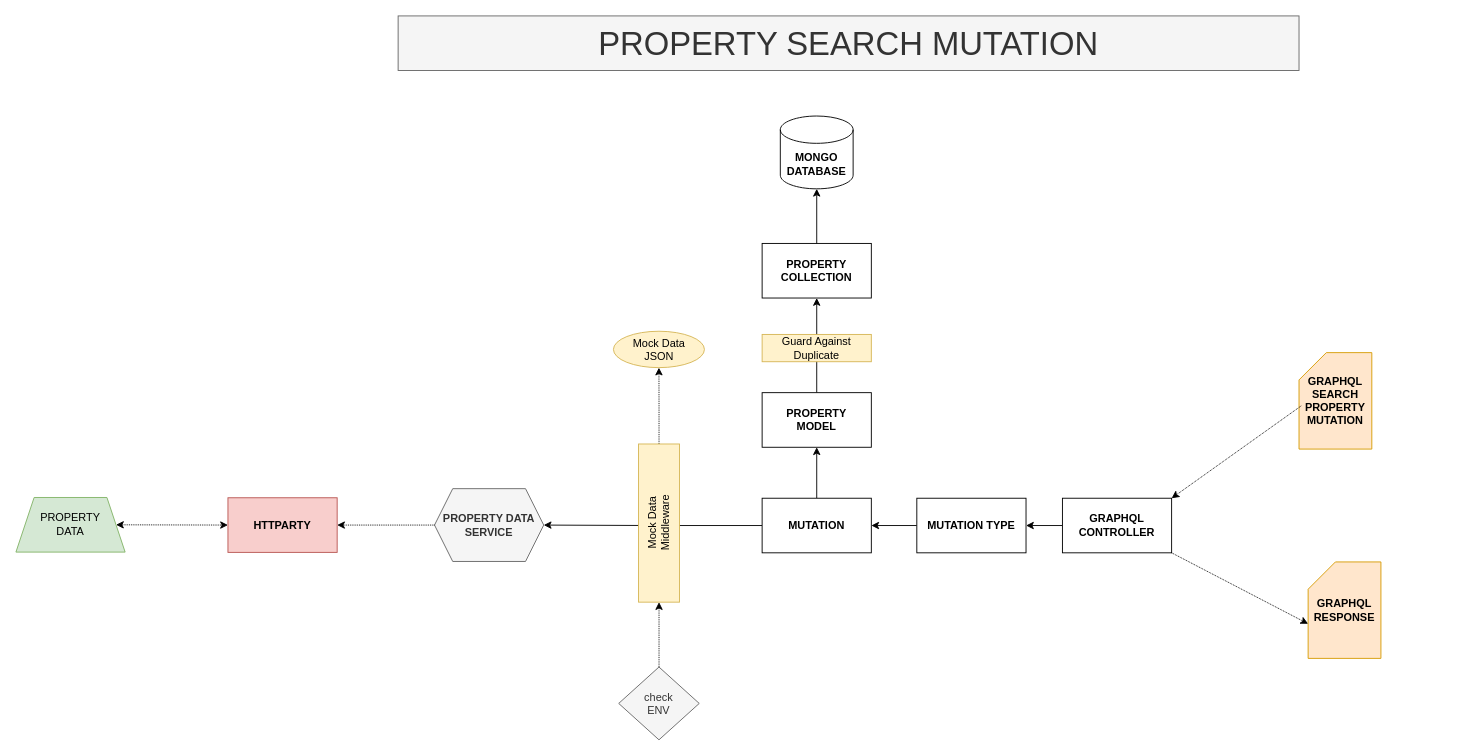
Above: page "Property Search Mock" (2 of 4) of devops/property-dealer.drawio in kingsley-ijomah/draw.io (draw.io), before the change. Source tidied: cells renumbered, new cells numbered last; positions are measured from the earlier drawing's top-left corner, leaving out a move shared by most shapes. Both pictures are drawn from the tidied source at 91%, with x=0, y=0 at pixel (15, 15).
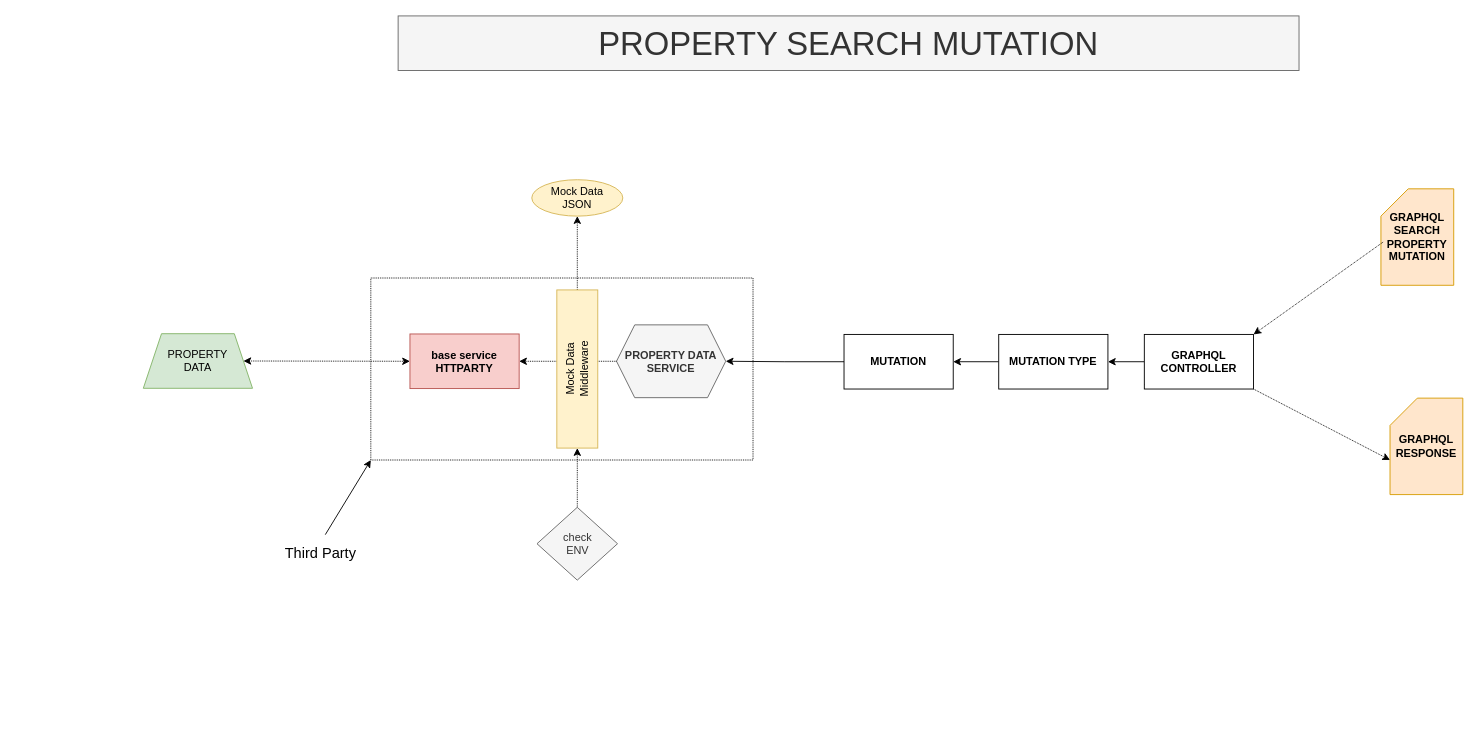
After the change.

Change to the diagram source:
```diff
@@
     <mxCell id="2" value="PROPERTY&lt;div&gt;DATA&lt;/div&gt;" style="shape=trapezoid;perimeter=trapezoidPerimeter;whiteSpace=wrap;html=1;fixedSize=1;fillColor=#d5e8d4;strokeColor=#82b366;" parent="1" vertex="1">
-      <mxGeometry y="529.2" width="120" height="60" as="geometry" />
+      <mxGeometry x="140" y="349.2" width="120" height="60" as="geometry" />
     </mxCell>
-    <mxCell id="3" value="&lt;b&gt;HTTPARTY&lt;/b&gt;" style="rounded=0;whiteSpace=wrap;html=1;fillColor=#f8cecc;strokeColor=#b85450;" parent="1" vertex="1">
-      <mxGeometry x="233" y="529.5" width="120" height="60" as="geometry" />
+    <mxCell id="3" value="&lt;div&gt;&lt;b&gt;base service&lt;/b&gt;&lt;/div&gt;&lt;b&gt;HTTPARTY&lt;/b&gt;" style="rounded=0;whiteSpace=wrap;html=1;fillColor=#f8cecc;strokeColor=#b85450;" parent="1" vertex="1">
+      <mxGeometry x="433" y="349.5" width="120" height="60" as="geometry" />
     </mxCell>
     <mxCell id="4" value="&lt;b&gt;PROPERTY DATA&lt;/b&gt;&lt;div&gt;&lt;b&gt;SERVICE&lt;/b&gt;&lt;/div&gt;" style="shape=hexagon;perimeter=hexagonPerimeter2;whiteSpace=wrap;html=1;fixedSize=1;fillColor=#f5f5f5;fontColor=#333333;strokeColor=#666666;" parent="1" vertex="1">
-      <mxGeometry x="460" y="519.5" width="120" height="80" as="geometry" />
+      <mxGeometry x="660" y="339.5" width="120" height="80" as="geometry" />
     </mxCell>
@@
     <mxCell id="7" value="Mock Data&lt;div&gt;JSON&lt;/div&gt;" style="ellipse;whiteSpace=wrap;html=1;align=center;newEdgeStyle={&quot;edgeStyle&quot;:&quot;entityRelationEdgeStyle&quot;,&quot;startArrow&quot;:&quot;none&quot;,&quot;endArrow&quot;:&quot;none&quot;,&quot;segment&quot;:10,&quot;curved&quot;:1,&quot;sourcePerimeterSpacing&quot;:0,&quot;targetPerimeterSpacing&quot;:0};fillColor=#fff2cc;strokeColor=#d6b656;" parent="1" vertex="1">
-      <mxGeometry x="656.6" y="346.5" width="100" height="40" as="geometry" />
+      <mxGeometry x="566.9" y="180" width="100" height="40" as="geometry" />
     </mxCell>
@@
     <mxCell id="9" value="check&lt;div&gt;ENV&lt;/div&gt;" style="rhombus;whiteSpace=wrap;html=1;fillColor=#f5f5f5;strokeColor=#666666;fontColor=#333333;" parent="1" vertex="1">
-      <mxGeometry x="662.4" y="715.5" width="88.5" height="80" as="geometry" />
+      <mxGeometry x="572.6" y="540" width="88.5" height="80" as="geometry" />
     </mxCell>
@@
     <mxCell id="11" value="&lt;b&gt;GRAPHQL&lt;/b&gt;&lt;div&gt;&lt;b&gt;SEARCH PROPERTY&lt;/b&gt;&lt;/div&gt;&lt;div&gt;&lt;b&gt;MUTATION&lt;/b&gt;&lt;/div&gt;" style="shape=card;whiteSpace=wrap;html=1;fillColor=#ffe6cc;strokeColor=#d79b00;" parent="1" vertex="1">
-      <mxGeometry x="1410" y="370" width="80" height="106" as="geometry" />
+      <mxGeometry x="1500" y="190" width="80" height="106" as="geometry" />
     </mxCell>
     <mxCell id="12" style="endArrow=classic;html=1;rounded=0;exitX=0;exitY=0;exitDx=0;exitDy=55;exitPerimeter=0;dashed=1;dashPattern=1 1;" parent="1" edge="1" source="15">
       <mxGeometry relative="1" as="geometry">
-        <mxPoint x="1210" y="560" as="targetPoint" />
+        <mxPoint x="1300" y="380" as="targetPoint" />
       </mxGeometry>
     </mxCell>
@@
     <mxCell id="15" value="&lt;div&gt;&lt;b&gt;GRAPHQL&lt;/b&gt;&lt;/div&gt;&lt;b&gt;CONTROLLER&lt;/b&gt;" style="rounded=0;whiteSpace=wrap;html=1;" parent="1" vertex="1">
-      <mxGeometry x="1150" y="530" width="120" height="60" as="geometry" />
+      <mxGeometry x="1240" y="350" width="120" height="60" as="geometry" />
     </mxCell>
     <mxCell id="16" value="&lt;b&gt;GRAPHQL&lt;/b&gt;&lt;div&gt;&lt;b&gt;RESPONSE&lt;/b&gt;&lt;/div&gt;" style="shape=card;whiteSpace=wrap;html=1;fillColor=#ffe6cc;strokeColor=#d79b00;" parent="1" vertex="1">
-      <mxGeometry x="1420" y="600" width="80" height="106" as="geometry" />
+      <mxGeometry x="1510" y="420" width="80" height="106" as="geometry" />
     </mxCell>
@@
     <mxCell id="19" value="&lt;div&gt;&lt;b style=&quot;background-color: initial;&quot;&gt;MUTATION TYPE&lt;/b&gt;&lt;br&gt;&lt;/div&gt;" style="rounded=0;whiteSpace=wrap;html=1;" parent="1" vertex="1">
-      <mxGeometry x="990" y="530" width="120" height="60" as="geometry" />
+      <mxGeometry x="1080" y="350" width="120" height="60" as="geometry" />
     </mxCell>
@@
-    <mxCell id="21" style="edgeStyle=orthogonalEdgeStyle;rounded=0;jettySize=auto;html=1;entryX=0.5;entryY=1;entryDx=0;entryDy=0;" parent="1" edge="1" source="22" target="24">
-      <mxGeometry relative="1" as="geometry" />
-    </mxCell>
     <mxCell id="22" value="&lt;div&gt;&lt;b style=&quot;background-color: initial;&quot;&gt;MUTATION&lt;/b&gt;&lt;br&gt;&lt;/div&gt;" style="rounded=0;whiteSpace=wrap;html=1;" parent="1" vertex="1">
-      <mxGeometry x="820" y="530" width="120" height="60" as="geometry" />
+      <mxGeometry x="910" y="350" width="120" height="60" as="geometry" />
     </mxCell>
-    <mxCell id="23" style="edgeStyle=orthogonalEdgeStyle;rounded=0;jettySize=auto;html=1;entryX=0.5;entryY=1;entryDx=0;entryDy=0;" parent="1" edge="1" source="24" target="25">
-      <mxGeometry relative="1" as="geometry" />
-    </mxCell>
-    <mxCell id="24" value="&lt;div&gt;&lt;b&gt;PROPERTY&lt;/b&gt;&lt;/div&gt;&lt;div&gt;&lt;b&gt;MODEL&lt;/b&gt;&lt;/div&gt;" style="rounded=0;whiteSpace=wrap;html=1;" parent="1" vertex="1">
-      <mxGeometry x="820" y="414" width="120" height="60" as="geometry" />
-    </mxCell>
-    <mxCell id="25" value="&lt;div&gt;&lt;b&gt;PROPERTY&lt;/b&gt;&lt;/div&gt;&lt;div&gt;&lt;b&gt;COLLECTION&lt;/b&gt;&lt;/div&gt;" style="rounded=0;whiteSpace=wrap;html=1;" parent="1" vertex="1">
-      <mxGeometry x="820" y="250" width="120" height="60" as="geometry" />
-    </mxCell>
-    <mxCell id="26" value="&lt;b&gt;MONGO&lt;/b&gt;&lt;div&gt;&lt;b&gt;DATABASE&lt;/b&gt;&lt;/div&gt;" style="shape=cylinder3;whiteSpace=wrap;html=1;boundedLbl=1;backgroundOutline=1;size=15;" parent="1" vertex="1">
-      <mxGeometry x="840" y="110" width="80" height="80" as="geometry" />
-    </mxCell>
     <mxCell id="27" value="Mock Data&lt;div&gt;Middleware&lt;/div&gt;" style="rounded=0;whiteSpace=wrap;html=1;rotation=-90;fillColor=#fff2cc;strokeColor=#d6b656;" parent="1" vertex="1">
-      <mxGeometry x="619.8" y="534.8" width="173.8" height="45" as="geometry" />
+      <mxGeometry x="530" y="365.5" width="173.8" height="45" as="geometry" />
     </mxCell>
@@
-    <mxCell id="29" style="edgeStyle=orthogonalEdgeStyle;rounded=0;jettySize=auto;html=1;entryX=0.5;entryY=1;entryDx=0;entryDy=0;entryPerimeter=0;" parent="1" edge="1" source="25" target="26">
-      <mxGeometry relative="1" as="geometry" />
-    </mxCell>
-    <mxCell id="30" value="&lt;div&gt;Guard Against&lt;/div&gt;&lt;div&gt;Duplicate&lt;/div&gt;" style="rounded=0;whiteSpace=wrap;html=1;fillColor=#fff2cc;strokeColor=#d6b656;" parent="1" vertex="1">
-      <mxGeometry x="820" y="350" width="120" height="30" as="geometry" />
-    </mxCell>
+    <mxCell id="31" style="rounded=0;whiteSpace=wrap;html=1;fillColor=none;dashed=1;dashPattern=1 1;" parent="1" vertex="1">
+      <mxGeometry x="390" y="288" width="420" height="200" as="geometry" />
+    </mxCell>
+    <mxCell id="32" style="endArrow=classic;html=1;rounded=0;entryX=0;entryY=1;entryDx=0;entryDy=0;" parent="1" edge="1" target="31">
+      <mxGeometry relative="1" as="geometry">
+        <mxPoint x="340" y="570" as="sourcePoint" />
+      </mxGeometry>
+    </mxCell>
+    <mxCell id="33" value="&lt;font style=&quot;font-size: 16px;&quot;&gt;Third Party&lt;/font&gt;" style="text;html=1;align=center;verticalAlign=middle;whiteSpace=wrap;rounded=0;" parent="1" vertex="1">
+      <mxGeometry x="280" y="570" width="110" height="40" as="geometry" />
+    </mxCell>
```
